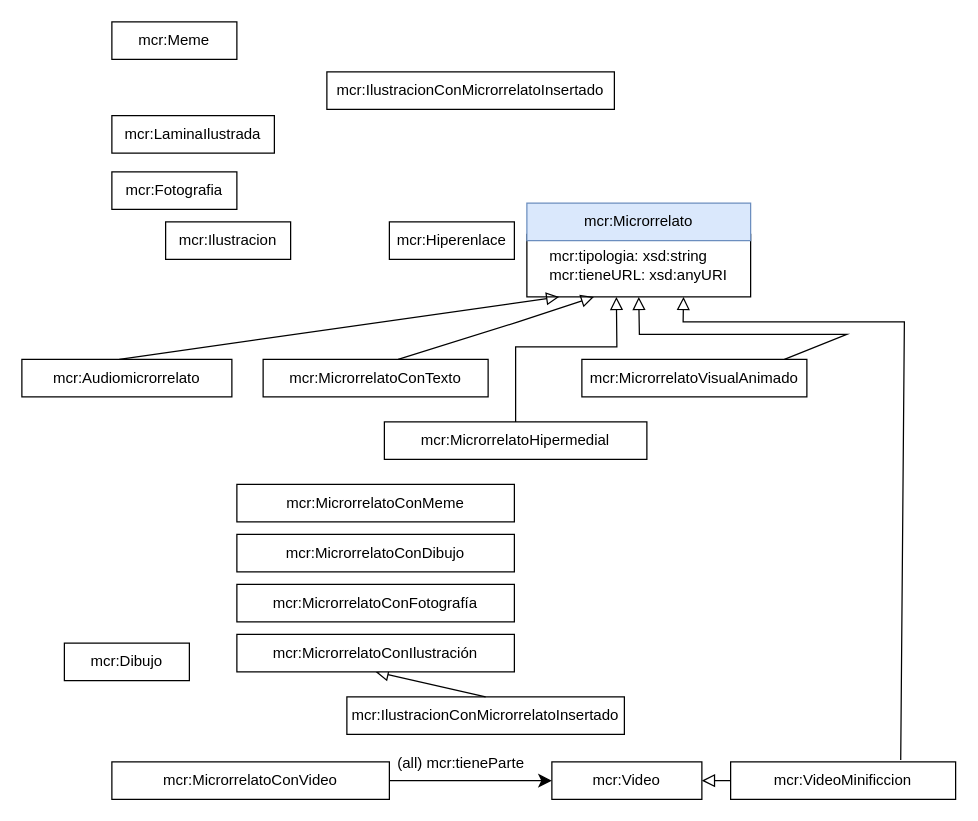
Above: suclassesDeMicrorrelatos.drawio in marianofl1971/microrrelatos (draw.io), before the change. Source tidied: cells renumbered, new cells numbered last; positions are measured from the earlier drawing's top-left corner, leaving out a move shared by most shapes. Both pictures are drawn from the tidied source at 125%, with x=0, y=0 at pixel (21, 21).
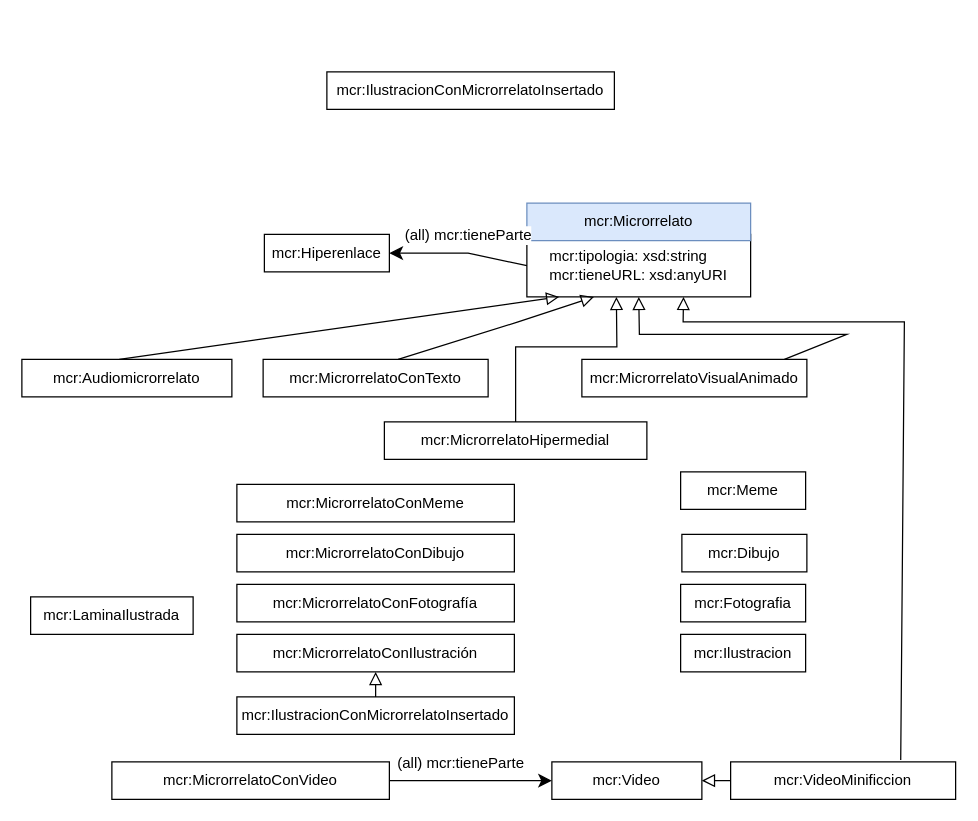
After the change.

Commit message (it also covers changes not shown here):
Cambiando microrrelato multimedia por microrrelato hipermedial

The change refers to these unchanged cells:
```xml
<mxCell id="4" value="&lt;div align=&quot;left&quot;&gt;mcr:tipologia: xsd:string&lt;/div&gt;&lt;div&gt;mcr:tieneURL: xsd:anyURI&lt;br&gt;&lt;/div&gt;" style="rounded=0;whiteSpace=wrap;html=1;snapToPoint=1;points=[[0.1,0],[0.2,0],[0.3,0],[0.4,0],[0.5,0],[0.6,0],[0.7,0],[0.8,0],[0.9,0],[0,0.1],[0,0.3],[0,0.5],[0,0.7],[0,0.9],[0.1,1],[0.2,1],[0.3,1],[0.4,1],[0.5,1],[0.6,1],[0.7,1],[0.8,1],[0.9,1],[1,0.1],[1,0.3],[1,0.5],[1,0.7],[1,0.9]];" parent="1" vertex="1">
  <mxGeometry x="404" y="170" width="179" height="50" as="geometry" />
</mxCell>
```

What changed in the source:
```diff
@@
     <mxCell id="14" value="mcr:IlustracionConMicrorrelatoInsertado" style="rounded=0;whiteSpace=wrap;html=1;snapToPoint=1;points=[[0.1,0],[0.2,0],[0.3,0],[0.4,0],[0.5,0],[0.6,0],[0.7,0],[0.8,0],[0.9,0],[0,0.1],[0,0.3],[0,0.5],[0,0.7],[0,0.9],[0.1,1],[0.2,1],[0.3,1],[0.4,1],[0.5,1],[0.6,1],[0.7,1],[0.8,1],[0.9,1],[1,0.1],[1,0.3],[1,0.5],[1,0.7],[1,0.9]];" parent="1" vertex="1">
-      <mxGeometry x="260" y="540" width="222" height="30" as="geometry" />
+      <mxGeometry x="172" y="540" width="222" height="30" as="geometry" />
     </mxCell>
@@
     <mxCell id="16" value="mcr:Hiperenlace" style="rounded=0;whiteSpace=wrap;html=1;snapToPoint=1;points=[[0.1,0],[0.2,0],[0.3,0],[0.4,0],[0.5,0],[0.6,0],[0.7,0],[0.8,0],[0.9,0],[0,0.1],[0,0.3],[0,0.5],[0,0.7],[0,0.9],[0.1,1],[0.2,1],[0.3,1],[0.4,1],[0.5,1],[0.6,1],[0.7,1],[0.8,1],[0.9,1],[1,0.1],[1,0.3],[1,0.5],[1,0.7],[1,0.9]];" parent="1" vertex="1">
-      <mxGeometry x="294" y="160" width="100" height="30" as="geometry" />
+      <mxGeometry x="194" y="170" width="100" height="30" as="geometry" />
     </mxCell>
@@
     <mxCell id="19" value="mcr:Dibujo" style="rounded=0;whiteSpace=wrap;html=1;" parent="1" vertex="1">
-      <mxGeometry x="34" y="497" width="100" height="30" as="geometry" />
+      <mxGeometry x="528" y="410" width="100" height="30" as="geometry" />
     </mxCell>
@@
     <mxCell id="26" value="mcr:Ilustracion" style="rounded=0;whiteSpace=wrap;html=1;" parent="1" vertex="1">
-      <mxGeometry x="115" y="160" width="100" height="30" as="geometry" />
+      <mxGeometry x="527" y="490" width="100" height="30" as="geometry" />
     </mxCell>
@@
     <mxCell id="28" value="mcr:Fotografia" style="rounded=0;whiteSpace=wrap;html=1;" parent="1" vertex="1">
-      <mxGeometry x="72" y="120" width="100" height="30" as="geometry" />
+      <mxGeometry x="527" y="450" width="100" height="30" as="geometry" />
     </mxCell>
     <mxCell id="29" value="mcr:LaminaIlustrada" style="rounded=0;whiteSpace=wrap;html=1;" parent="1" vertex="1">
-      <mxGeometry x="72" y="75" width="130" height="30" as="geometry" />
+      <mxGeometry x="7" y="460" width="130" height="30" as="geometry" />
     </mxCell>
     <mxCell id="30" value="mcr:Meme" style="rounded=0;whiteSpace=wrap;html=1;" parent="1" vertex="1">
-      <mxGeometry x="72" width="100" height="30" as="geometry" />
+      <mxGeometry x="527" y="360" width="100" height="30" as="geometry" />
     </mxCell>
@@
+    <mxCell id="32" style="endArrow=classic;html=1;exitX=0;exitY=0.5;exitDx=0;exitDy=0;endSize=8;entryX=1;entryY=0.5;entryDx=0;entryDy=0;arcSize=0;" parent="1" edge="1" source="4" target="16">
+      <mxGeometry relative="1" as="geometry">
+        <Array as="points">
+          <mxPoint x="357" y="185" />
+        </Array>
+      </mxGeometry>
+    </mxCell>
+    <mxCell id="33" value="(all) mcr:tieneParte" style="text;html=1;align=center;verticalAlign=middle;labelBackgroundColor=#ffffff;" parent="32" vertex="1">
+      <mxGeometry x="-0.13" relative="1" as="geometry">
+        <mxPoint x="-1" y="-15" as="offset" />
+      </mxGeometry>
+    </mxCell>
```
